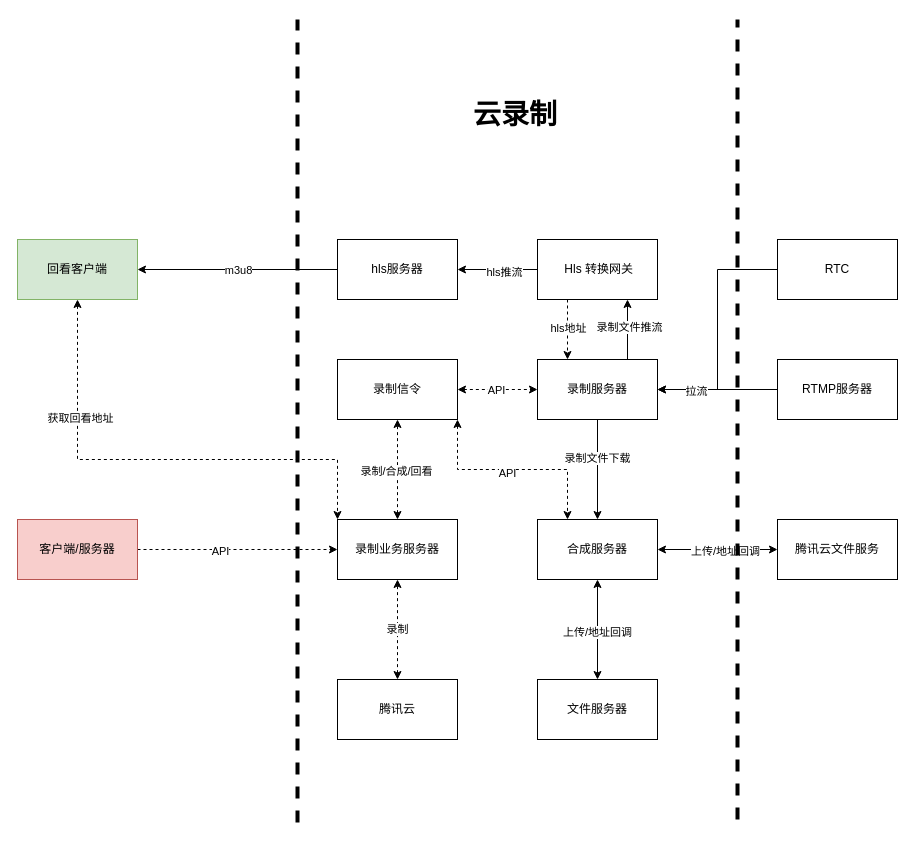
Before: page "record" (17 of 20) of Untitled Diagram2.drawio in craterone/imgs, a draw.io diagram. Source tidied: cells renumbered, new cells numbered last; positions are measured from the earlier drawing's top-left corner, leaving out a move shared by most shapes. Both pictures are drawn from the tidied source at 100%, with x=0, y=0 at pixel (17, 19).
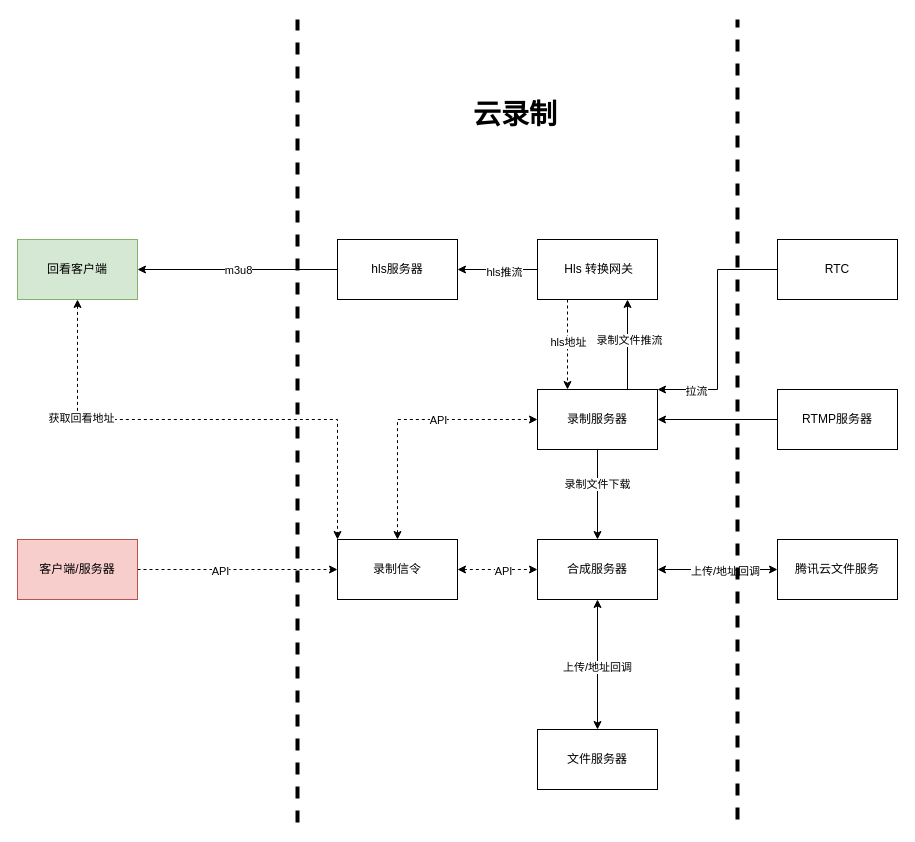
Above is the later version.

The change refers to these unchanged cells:
```xml
<mxCell id="36" value="回看客户端" style="rounded=0;whiteSpace=wrap;html=1;fillColor=#d5e8d4;strokeColor=#82b366;" parent="1" vertex="1">
  <mxGeometry y="220" width="120" height="60" as="geometry" />
</mxCell>
```

What changed in the source:
```diff
@@
-    <mxCell id="2" style="edgeStyle=orthogonalEdgeStyle;rounded=0;jettySize=auto;html=1;exitX=0.5;exitY=0;exitDx=0;exitDy=0;entryX=0.5;entryY=1;entryDx=0;entryDy=0;startArrow=classic;startFill=1;dashed=1;" parent="1" edge="1" source="4" target="14">
-      <mxGeometry relative="1" as="geometry" />
-    </mxCell>
-    <mxCell id="3" value="录制/合成/回看" style="edgeLabel;html=1;align=center;verticalAlign=middle;" parent="2" vertex="1">
-      <mxGeometry x="-0.03" y="2" relative="1" as="geometry" />
-    </mxCell>
-    <mxCell id="4" value="录制业务服务器" style="rounded=0;whiteSpace=wrap;html=1;" parent="1" vertex="1">
-      <mxGeometry x="320" y="500" width="120" height="60" as="geometry" />
-    </mxCell>
-    <mxCell id="5" value="录制" style="edgeStyle=orthogonalEdgeStyle;rounded=0;jettySize=auto;html=1;exitX=0.5;exitY=0;exitDx=0;exitDy=0;entryX=0.5;entryY=1;entryDx=0;entryDy=0;startArrow=classic;startFill=1;dashed=1;" parent="1" edge="1" source="6" target="4">
-      <mxGeometry relative="1" as="geometry" />
-    </mxCell>
-    <mxCell id="6" value="腾讯云" style="rounded=0;whiteSpace=wrap;html=1;" parent="1" vertex="1">
-      <mxGeometry x="320" y="660" width="120" height="60" as="geometry" />
-    </mxCell>
-    <mxCell id="7" style="edgeStyle=orthogonalEdgeStyle;rounded=0;jettySize=auto;html=1;entryX=0;entryY=0.5;entryDx=0;entryDy=0;dashed=1;" parent="1" edge="1" source="9" target="4">
+    <mxCell id="7" style="edgeStyle=orthogonalEdgeStyle;rounded=0;jettySize=auto;html=1;entryX=0;entryY=0.5;entryDx=0;entryDy=0;dashed=1;" parent="1" edge="1" source="9" target="14">
       <mxGeometry relative="1" as="geometry" />
     </mxCell>
@@
     <mxCell id="9" value="客户端/服务器" style="rounded=0;whiteSpace=wrap;html=1;fillColor=#f8cecc;strokeColor=#b85450;" parent="1" vertex="1">
-      <mxGeometry y="500" width="120" height="60" as="geometry" />
+      <mxGeometry y="520" width="120" height="60" as="geometry" />
     </mxCell>
-    <mxCell id="10" style="edgeStyle=orthogonalEdgeStyle;rounded=0;jettySize=auto;html=1;entryX=0;entryY=0.5;entryDx=0;entryDy=0;startArrow=classic;startFill=1;strokeWidth=1;dashed=1;" parent="1" edge="1" source="14" target="20">
+    <mxCell id="10" style="edgeStyle=orthogonalEdgeStyle;rounded=0;jettySize=auto;html=1;entryX=0;entryY=0.5;entryDx=0;entryDy=0;startArrow=classic;startFill=1;strokeWidth=1;dashed=1;exitX=0.5;exitY=0;exitDx=0;exitDy=0;" parent="1" edge="1" source="14" target="20">
       <mxGeometry relative="1" as="geometry" />
     </mxCell>
     <mxCell id="11" value="API" style="edgeLabel;html=1;align=center;verticalAlign=middle;" parent="10" vertex="1">
-      <mxGeometry x="-0.05" relative="1" as="geometry" />
+      <mxGeometry x="-0.05" relative="1" as="geometry">
+        <mxPoint x="36" as="offset" />
+      </mxGeometry>
     </mxCell>
-    <mxCell id="12" style="edgeStyle=orthogonalEdgeStyle;rounded=0;jettySize=auto;html=1;exitX=1;exitY=1;exitDx=0;exitDy=0;entryX=0.25;entryY=0;entryDx=0;entryDy=0;startArrow=classic;startFill=1;endArrow=classic;endFill=1;strokeWidth=1;dashed=1;" parent="1" edge="1" source="14" target="25">
+    <mxCell id="12" style="edgeStyle=orthogonalEdgeStyle;rounded=0;jettySize=auto;html=1;entryX=0;entryY=0.5;entryDx=0;entryDy=0;dashed=1;startArrow=classic;startFill=1;" parent="1" edge="1" source="14" target="25">
       <mxGeometry relative="1" as="geometry" />
     </mxCell>
     <mxCell id="13" value="API" style="edgeLabel;html=1;align=center;verticalAlign=middle;" parent="12" vertex="1">
-      <mxGeometry x="-0.06" y="-3" relative="1" as="geometry" />
+      <mxGeometry x="0.12" y="-1" relative="1" as="geometry" />
     </mxCell>
     <mxCell id="14" value="录制信令" style="rounded=0;whiteSpace=wrap;html=1;" parent="1" vertex="1">
-      <mxGeometry x="320" y="340" width="120" height="60" as="geometry" />
+      <mxGeometry x="320" y="520" width="120" height="60" as="geometry" />
     </mxCell>
@@
     <mxCell id="20" value="录制服务器" style="rounded=0;whiteSpace=wrap;html=1;" parent="1" vertex="1">
-      <mxGeometry x="520" y="340" width="120" height="60" as="geometry" />
+      <mxGeometry x="520" y="370" width="120" height="60" as="geometry" />
     </mxCell>
@@
     <mxCell id="25" value="合成服务器" style="rounded=0;whiteSpace=wrap;html=1;" parent="1" vertex="1">
-      <mxGeometry x="520" y="500" width="120" height="60" as="geometry" />
+      <mxGeometry x="520" y="520" width="120" height="60" as="geometry" />
     </mxCell>
@@
     <mxCell id="34" style="edgeStyle=orthogonalEdgeStyle;rounded=0;jettySize=auto;html=1;startArrow=classic;startFill=1;endArrow=classic;endFill=1;exitX=0.5;exitY=1;exitDx=0;exitDy=0;dashed=1;" parent="1" edge="1" source="36">
       <mxGeometry relative="1" as="geometry">
-        <mxPoint x="320" y="500" as="targetPoint" />
+        <mxPoint x="320" y="520" as="targetPoint" />
         <Array as="points">
-          <mxPoint x="60" y="440" />
-          <mxPoint x="320" y="440" />
+          <mxPoint x="60" y="400" />
+          <mxPoint x="320" y="400" />
+          <mxPoint x="320" y="520" />
         </Array>
       </mxGeometry>
     </mxCell>
@@
     <mxCell id="38" value="文件服务器" style="rounded=0;whiteSpace=wrap;html=1;" parent="1" vertex="1">
-      <mxGeometry x="520" y="660" width="120" height="60" as="geometry" />
+      <mxGeometry x="520" y="710" width="120" height="60" as="geometry" />
     </mxCell>
     <mxCell id="39" value="腾讯云文件服务" style="rounded=0;whiteSpace=wrap;html=1;" parent="1" vertex="1">
-      <mxGeometry x="760" y="500" width="120" height="60" as="geometry" />
+      <mxGeometry x="760" y="520" width="120" height="60" as="geometry" />
     </mxCell>
@@
     <mxCell id="41" value="RTMP服务器" style="rounded=0;whiteSpace=wrap;html=1;" parent="1" vertex="1">
-      <mxGeometry x="760" y="340" width="120" height="60" as="geometry" />
+      <mxGeometry x="760" y="370" width="120" height="60" as="geometry" />
     </mxCell>
```
